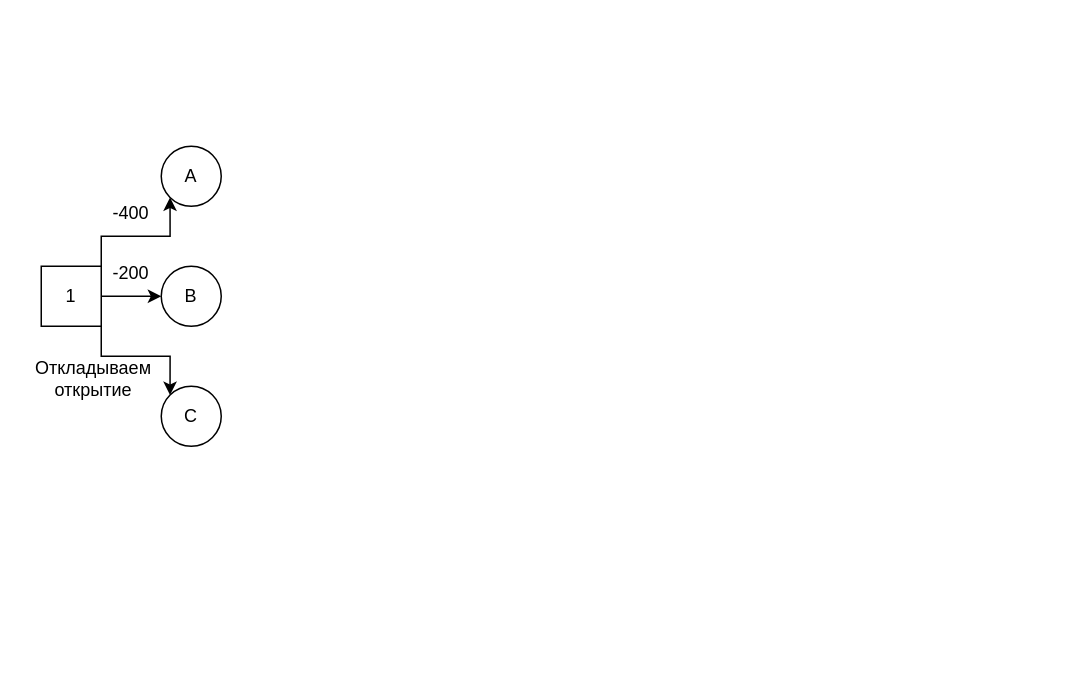
Earlier version of the draw.io diagram ММПР_дерево_решений.drawio (ShiryaevNikolay/diagrams). Source tidied: cells renumbered, new cells numbered last; positions are measured from the earlier drawing's top-left corner, leaving out a move shared by most shapes. Both pictures are drawn from the tidied source at 150%, with x=0, y=0 at pixel (26, 146).
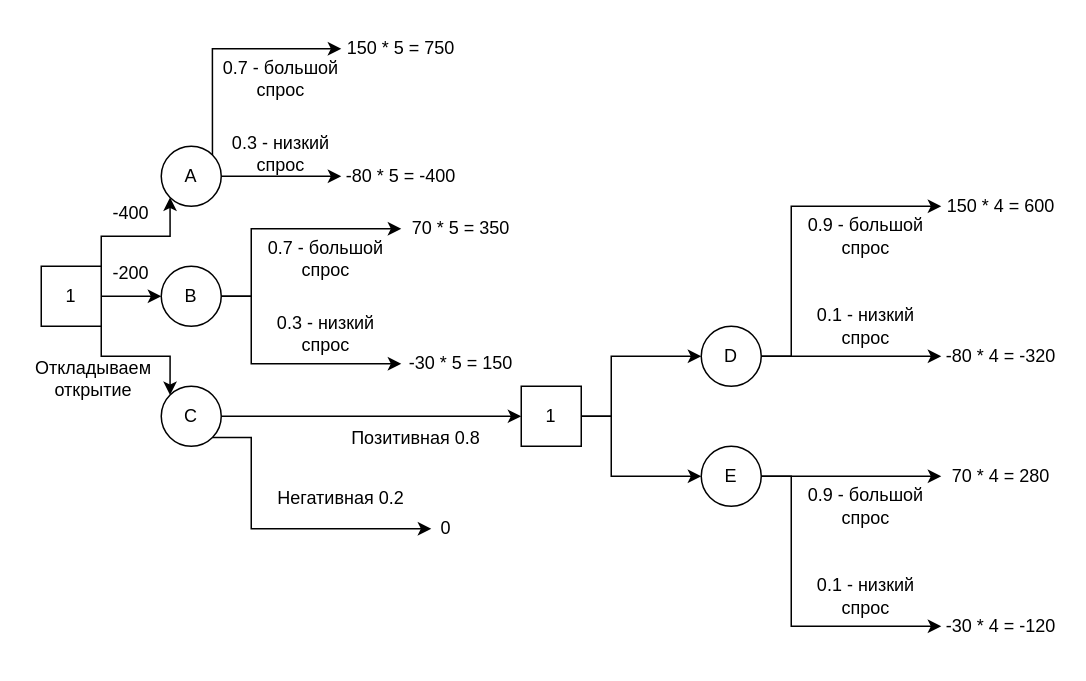
Above is the later version.

Unchanged cells that the change refers to:
```xml
<mxCell id="6" value="A" style="ellipse;whiteSpace=wrap;html=1;" parent="1" vertex="1">
  <mxGeometry x="90" width="40" height="40" as="geometry" />
</mxCell>
<mxCell id="7" value="B" style="ellipse;whiteSpace=wrap;html=1;" parent="1" vertex="1">
  <mxGeometry x="90" y="80" width="40" height="40" as="geometry" />
</mxCell>
<mxCell id="8" value="C" style="ellipse;whiteSpace=wrap;html=1;" parent="1" vertex="1">
  <mxGeometry x="90" y="160" width="40" height="40" as="geometry" />
</mxCell>
```

Diff of the diagram source:
```diff
@@
+    <mxCell id="12" style="edgeStyle=orthogonalEdgeStyle;rounded=0;jettySize=auto;html=1;exitX=1;exitY=0;exitDx=0;exitDy=0;entryX=0;entryY=0.5;entryDx=0;entryDy=0;" parent="1" edge="1" source="6" target="20">
+      <mxGeometry relative="1" as="geometry">
+        <Array as="points">
+          <mxPoint x="124" y="-65" />
+        </Array>
+      </mxGeometry>
+    </mxCell>
+    <mxCell id="13" style="edgeStyle=orthogonalEdgeStyle;rounded=0;jettySize=auto;html=1;exitX=1;exitY=0.5;exitDx=0;exitDy=0;entryX=0;entryY=0.5;entryDx=0;entryDy=0;" parent="1" edge="1" source="6" target="21">
+      <mxGeometry relative="1" as="geometry" />
+    </mxCell>
@@
+    <mxCell id="14" style="edgeStyle=orthogonalEdgeStyle;rounded=0;jettySize=auto;html=1;entryX=0;entryY=0.5;entryDx=0;entryDy=0;" parent="1" edge="1" source="7" target="24">
+      <mxGeometry relative="1" as="geometry">
+        <Array as="points">
+          <mxPoint x="150" y="100" />
+          <mxPoint x="150" y="55" />
+        </Array>
+      </mxGeometry>
+    </mxCell>
+    <mxCell id="15" style="edgeStyle=orthogonalEdgeStyle;rounded=0;jettySize=auto;html=1;entryX=0;entryY=0.5;entryDx=0;entryDy=0;" parent="1" edge="1" source="7" target="25">
+      <mxGeometry relative="1" as="geometry">
+        <Array as="points">
+          <mxPoint x="150" y="100" />
+          <mxPoint x="150" y="145" />
+        </Array>
+      </mxGeometry>
+    </mxCell>
@@
+    <mxCell id="16" style="edgeStyle=orthogonalEdgeStyle;rounded=0;jettySize=auto;html=1;exitX=1;exitY=1;exitDx=0;exitDy=0;entryX=0;entryY=0.5;entryDx=0;entryDy=0;" parent="1" edge="1" source="8" target="28">
+      <mxGeometry relative="1" as="geometry">
+        <Array as="points">
+          <mxPoint x="150" y="194" />
+          <mxPoint x="150" y="255" />
+        </Array>
+      </mxGeometry>
+    </mxCell>
+    <mxCell id="17" style="edgeStyle=orthogonalEdgeStyle;rounded=0;jettySize=auto;html=1;exitX=1;exitY=0.5;exitDx=0;exitDy=0;entryX=0;entryY=0.5;entryDx=0;entryDy=0;" parent="1" edge="1" source="8" target="31">
+      <mxGeometry relative="1" as="geometry" />
+    </mxCell>
@@
+    <mxCell id="18" value="0.7 - большой спрос" style="text;html=1;strokeColor=none;fillColor=none;align=center;verticalAlign=middle;whiteSpace=wrap;rounded=0;" parent="1" vertex="1">
+      <mxGeometry x="130" y="-60" width="80" height="30" as="geometry" />
+    </mxCell>
+    <mxCell id="19" value="0.3 - низкий спрос" style="text;html=1;strokeColor=none;fillColor=none;align=center;verticalAlign=middle;whiteSpace=wrap;rounded=0;" parent="1" vertex="1">
+      <mxGeometry x="130" y="-10" width="80" height="30" as="geometry" />
+    </mxCell>
+    <mxCell id="20" value="150 * 5 = 750" style="text;html=1;strokeColor=none;fillColor=none;align=center;verticalAlign=middle;whiteSpace=wrap;rounded=0;" parent="1" vertex="1">
+      <mxGeometry x="210" y="-80" width="80" height="30" as="geometry" />
+    </mxCell>
+    <mxCell id="21" value="-80 * 5 = -400" style="text;html=1;strokeColor=none;fillColor=none;align=center;verticalAlign=middle;whiteSpace=wrap;rounded=0;" parent="1" vertex="1">
+      <mxGeometry x="210" y="5" width="80" height="30" as="geometry" />
+    </mxCell>
+    <mxCell id="22" value="0.7 - большой спрос" style="text;html=1;strokeColor=none;fillColor=none;align=center;verticalAlign=middle;whiteSpace=wrap;rounded=0;" parent="1" vertex="1">
+      <mxGeometry x="160" y="60" width="80" height="30" as="geometry" />
+    </mxCell>
+    <mxCell id="23" value="0.3 - низкий спрос" style="text;html=1;strokeColor=none;fillColor=none;align=center;verticalAlign=middle;whiteSpace=wrap;rounded=0;" parent="1" vertex="1">
+      <mxGeometry x="160" y="110" width="80" height="30" as="geometry" />
+    </mxCell>
+    <mxCell id="24" value="70 * 5 = 350" style="text;html=1;strokeColor=none;fillColor=none;align=center;verticalAlign=middle;whiteSpace=wrap;rounded=0;" parent="1" vertex="1">
+      <mxGeometry x="250" y="40" width="80" height="30" as="geometry" />
+    </mxCell>
+    <mxCell id="25" value="-30 * 5 = 150" style="text;html=1;strokeColor=none;fillColor=none;align=center;verticalAlign=middle;whiteSpace=wrap;rounded=0;" parent="1" vertex="1">
+      <mxGeometry x="250" y="130" width="80" height="30" as="geometry" />
+    </mxCell>
+    <mxCell id="26" value="Позитивная 0.8" style="text;html=1;strokeColor=none;fillColor=none;align=center;verticalAlign=middle;whiteSpace=wrap;rounded=0;" parent="1" vertex="1">
+      <mxGeometry x="200" y="180" width="120" height="30" as="geometry" />
+    </mxCell>
+    <mxCell id="27" value="Негативная 0.2" style="text;html=1;strokeColor=none;fillColor=none;align=center;verticalAlign=middle;whiteSpace=wrap;rounded=0;" parent="1" vertex="1">
+      <mxGeometry x="150" y="220" width="120" height="30" as="geometry" />
+    </mxCell>
+    <mxCell id="28" value="0" style="text;html=1;strokeColor=none;fillColor=none;align=center;verticalAlign=middle;whiteSpace=wrap;rounded=0;" parent="1" vertex="1">
+      <mxGeometry x="270" y="240" width="20" height="30" as="geometry" />
+    </mxCell>
+    <mxCell id="29" style="edgeStyle=orthogonalEdgeStyle;rounded=0;jettySize=auto;html=1;entryX=0;entryY=0.5;entryDx=0;entryDy=0;" parent="1" edge="1" source="31" target="34">
+      <mxGeometry relative="1" as="geometry">
+        <Array as="points">
+          <mxPoint x="390" y="180" />
+          <mxPoint x="390" y="140" />
+        </Array>
+      </mxGeometry>
+    </mxCell>
+    <mxCell id="30" style="edgeStyle=orthogonalEdgeStyle;rounded=0;jettySize=auto;html=1;entryX=0;entryY=0.5;entryDx=0;entryDy=0;" parent="1" edge="1" source="31" target="37">
+      <mxGeometry relative="1" as="geometry">
+        <Array as="points">
+          <mxPoint x="390" y="180" />
+          <mxPoint x="390" y="220" />
+        </Array>
+      </mxGeometry>
+    </mxCell>
+    <mxCell id="31" value="1" style="rounded=0;whiteSpace=wrap;html=1;" parent="1" vertex="1">
+      <mxGeometry x="330" y="160" width="40" height="40" as="geometry" />
+    </mxCell>
+    <mxCell id="32" style="edgeStyle=orthogonalEdgeStyle;rounded=0;jettySize=auto;html=1;entryX=0;entryY=0.5;entryDx=0;entryDy=0;" parent="1" edge="1" source="34" target="39">
+      <mxGeometry relative="1" as="geometry" />
+    </mxCell>
+    <mxCell id="33" style="edgeStyle=orthogonalEdgeStyle;rounded=0;jettySize=auto;html=1;entryX=0;entryY=0.5;entryDx=0;entryDy=0;" parent="1" edge="1" source="34" target="38">
+      <mxGeometry relative="1" as="geometry">
+        <Array as="points">
+          <mxPoint x="510" y="140" />
+          <mxPoint x="510" y="40" />
+        </Array>
+      </mxGeometry>
+    </mxCell>
+    <mxCell id="34" value="D" style="ellipse;whiteSpace=wrap;html=1;" parent="1" vertex="1">
+      <mxGeometry x="450" y="120" width="40" height="40" as="geometry" />
+    </mxCell>
+    <mxCell id="35" style="edgeStyle=orthogonalEdgeStyle;rounded=0;jettySize=auto;html=1;entryX=0;entryY=0.5;entryDx=0;entryDy=0;" parent="1" edge="1" source="37" target="42">
+      <mxGeometry relative="1" as="geometry" />
+    </mxCell>
+    <mxCell id="36" style="edgeStyle=orthogonalEdgeStyle;rounded=0;jettySize=auto;html=1;entryX=0;entryY=0.5;entryDx=0;entryDy=0;" parent="1" edge="1" source="37" target="43">
+      <mxGeometry relative="1" as="geometry">
+        <Array as="points">
+          <mxPoint x="510" y="220" />
+          <mxPoint x="510" y="320" />
+        </Array>
+      </mxGeometry>
+    </mxCell>
+    <mxCell id="37" value="E" style="ellipse;whiteSpace=wrap;html=1;" parent="1" vertex="1">
+      <mxGeometry x="450" y="200" width="40" height="40" as="geometry" />
+    </mxCell>
+    <mxCell id="38" value="150 * 4 = 600" style="text;html=1;strokeColor=none;fillColor=none;align=center;verticalAlign=middle;whiteSpace=wrap;rounded=0;" parent="1" vertex="1">
+      <mxGeometry x="610" y="20" width="80" height="40" as="geometry" />
+    </mxCell>
+    <mxCell id="39" value="-80 * 4 = -320" style="text;html=1;strokeColor=none;fillColor=none;align=center;verticalAlign=middle;whiteSpace=wrap;rounded=0;" parent="1" vertex="1">
+      <mxGeometry x="610" y="120" width="80" height="40" as="geometry" />
+    </mxCell>
+    <mxCell id="40" value="0.9 - большой спрос" style="text;html=1;strokeColor=none;fillColor=none;align=center;verticalAlign=middle;whiteSpace=wrap;rounded=0;" parent="1" vertex="1">
+      <mxGeometry x="520" y="40" width="80" height="40" as="geometry" />
+    </mxCell>
+    <mxCell id="41" value="0.1 - низкий спрос" style="text;html=1;strokeColor=none;fillColor=none;align=center;verticalAlign=middle;whiteSpace=wrap;rounded=0;" parent="1" vertex="1">
+      <mxGeometry x="520" y="100" width="80" height="40" as="geometry" />
+    </mxCell>
+    <mxCell id="42" value="70 * 4 = 280" style="text;html=1;strokeColor=none;fillColor=none;align=center;verticalAlign=middle;whiteSpace=wrap;rounded=0;" parent="1" vertex="1">
+      <mxGeometry x="610" y="200" width="80" height="40" as="geometry" />
+    </mxCell>
+    <mxCell id="43" value="-30 * 4 = -120" style="text;html=1;strokeColor=none;fillColor=none;align=center;verticalAlign=middle;whiteSpace=wrap;rounded=0;" parent="1" vertex="1">
+      <mxGeometry x="610" y="300" width="80" height="40" as="geometry" />
+    </mxCell>
+    <mxCell id="44" value="0.9 - большой спрос" style="text;html=1;strokeColor=none;fillColor=none;align=center;verticalAlign=middle;whiteSpace=wrap;rounded=0;" parent="1" vertex="1">
+      <mxGeometry x="520" y="220" width="80" height="40" as="geometry" />
+    </mxCell>
+    <mxCell id="45" value="0.1 - низкий спрос" style="text;html=1;strokeColor=none;fillColor=none;align=center;verticalAlign=middle;whiteSpace=wrap;rounded=0;" parent="1" vertex="1">
+      <mxGeometry x="520" y="280" width="80" height="40" as="geometry" />
+    </mxCell>
```
